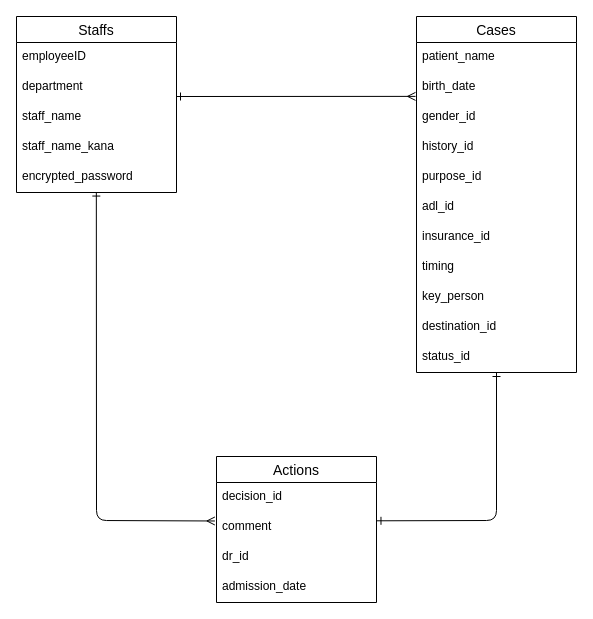
The draw.io diagram supportcube.dio in kasiaya/supportcube, before the edit. Source tidied: cells renumbered, new cells numbered last; positions are measured from the earlier drawing's top-left corner, leaving out a move shared by most shapes. Both pictures are drawn from the tidied source at 100%, with x=0, y=0 at pixel (16, 16).
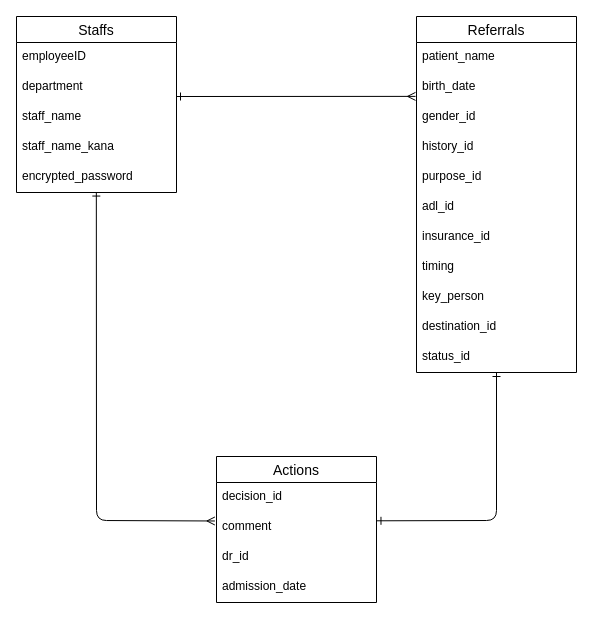
The same diagram, later.

Diff of the diagram source:
```diff
@@
-    <mxCell id="8" value="Cases" style="swimlane;fontStyle=0;horizontal=1;startSize=26;align=center;fontSize=14;" parent="1" vertex="1">
+    <mxCell id="8" value="Referrals" style="swimlane;fontStyle=0;horizontal=1;startSize=26;align=center;fontSize=14;" parent="1" vertex="1">
       <mxGeometry x="400" width="160" height="356" as="geometry" />
     </mxCell>
```
